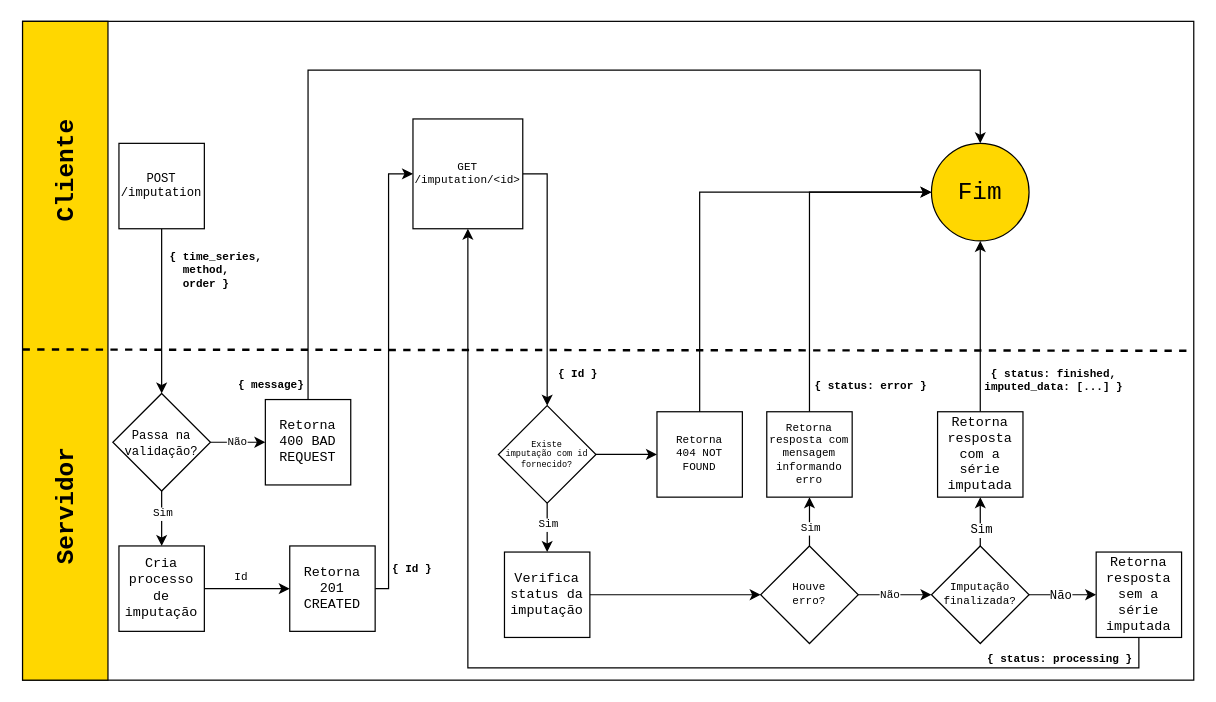
j-abreu/imputation-web-service keeps this draw.io diagram as images/Diagrama sem nome.drawio. Above is the earlier version. Source tidied: cells renumbered, new cells numbered last; positions are measured from the earlier drawing's top-left corner, leaving out a move shared by most shapes. Both pictures are drawn from the tidied source at 122%, with x=0, y=0 at pixel (-15, 21).
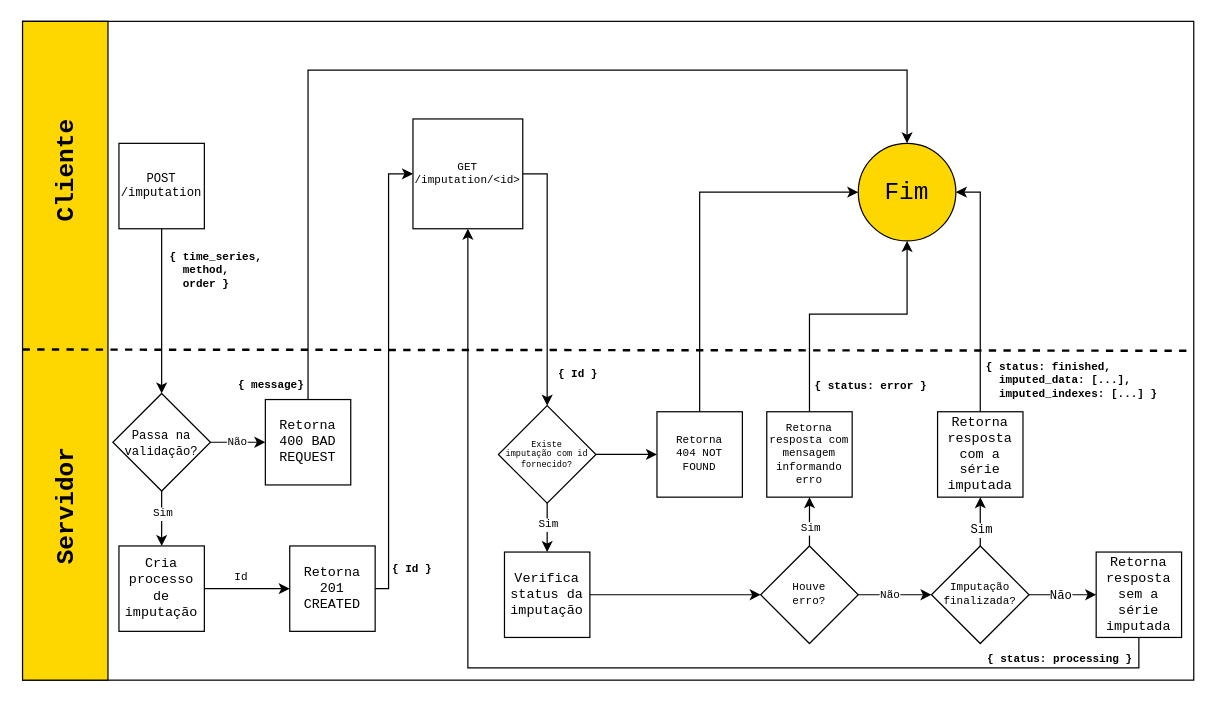
The same diagram, later.

The change refers to these unchanged cells:
```xml
<mxCell id="35" value="Retorna resposta com mensagem informando erro" style="whiteSpace=wrap;html=1;labelBackgroundColor=none;fontFamily=Courier New;fontSize=9;fillColor=default;" parent="1" vertex="1">
  <mxGeometry x="640" y="320" width="70" height="70" as="geometry" />
</mxCell>
<mxCell id="39" value="Retorna resposta com a série imputada" style="whiteSpace=wrap;html=1;labelBackgroundColor=none;fontFamily=Courier New;fontSize=11;fillColor=default;" parent="1" vertex="1">
  <mxGeometry x="780" y="320" width="70" height="70" as="geometry" />
</mxCell>
<mxCell id="41" value="Retorna 400 BAD REQUEST" style="whiteSpace=wrap;html=1;labelBackgroundColor=none;fontFamily=Courier New;fontSize=11;" parent="1" vertex="1">
  <mxGeometry x="229" y="310" width="70" height="70" as="geometry" />
</mxCell>
```

The edit, as a diff of the source:
```diff
@@
-    <mxCell id="34" style="edgeStyle=orthogonalEdgeStyle;rounded=0;jettySize=auto;html=1;entryX=0;entryY=0.5;entryDx=0;entryDy=0;fontFamily=Courier New;fontSize=20;exitX=0.5;exitY=0;exitDx=0;exitDy=0;" parent="1" edge="1" source="35" target="47">
+    <mxCell id="34" style="edgeStyle=orthogonalEdgeStyle;rounded=0;jettySize=auto;html=1;entryX=0.5;entryY=1;entryDx=0;entryDy=0;fontFamily=Courier New;fontSize=20;exitX=0.5;exitY=0;exitDx=0;exitDy=0;" parent="1" edge="1" source="35" target="47">
       <mxGeometry relative="1" as="geometry">
         <Array as="points">
-          <mxPoint x="675" y="140" />
+          <mxPoint x="675" y="240" />
+          <mxPoint x="755" y="240" />
         </Array>
       </mxGeometry>
     </mxCell>
@@
-    <mxCell id="38" style="edgeStyle=orthogonalEdgeStyle;rounded=0;jettySize=auto;html=1;entryX=0.5;entryY=1;entryDx=0;entryDy=0;strokeWidth=1;fontFamily=Courier New;fontSize=10;" parent="1" edge="1" source="39" target="47">
+    <mxCell id="38" style="edgeStyle=orthogonalEdgeStyle;rounded=0;jettySize=auto;html=1;entryX=1;entryY=0.5;entryDx=0;entryDy=0;strokeWidth=1;fontFamily=Courier New;fontSize=7;" parent="1" edge="1" source="39" target="47">
       <mxGeometry relative="1" as="geometry" />
     </mxCell>
@@
     <mxCell id="40" style="edgeStyle=orthogonalEdgeStyle;rounded=0;jettySize=auto;html=1;fontFamily=Courier New;fontSize=20;entryX=0.5;entryY=0;entryDx=0;entryDy=0;exitX=0.5;exitY=0;exitDx=0;exitDy=0;" parent="1" edge="1" source="41" target="47">
       <mxGeometry relative="1" as="geometry">
         <Array as="points">
           <mxPoint x="264" y="40" />
-          <mxPoint x="815" y="40" />
+          <mxPoint x="755" y="40" />
         </Array>
       </mxGeometry>
     </mxCell>
@@
-    <mxCell id="46" value="&lt;b&gt;{ status: finished,&lt;br&gt;imputed_data: [...] }&lt;/b&gt;" style="text;html=1;align=center;verticalAlign=middle;strokeColor=none;fillColor=none;fontSize=9;fontFamily=Courier New;spacing=0;" parent="1" vertex="1">
-      <mxGeometry x="810" y="280" width="130" height="30" as="geometry" />
+    <mxCell id="46" value="&lt;b&gt;{ status: finished,&lt;br&gt;&amp;nbsp; imputed_data: [...],&lt;br&gt;&amp;nbsp; imputed_indexes: [...] }&lt;/b&gt;" style="text;html=1;align=left;verticalAlign=middle;strokeColor=none;fillColor=none;fontSize=9;fontFamily=Courier New;spacing=0;" parent="1" vertex="1">
+      <mxGeometry x="820" y="275" width="160" height="40" as="geometry" />
     </mxCell>
     <mxCell id="47" value="Fim" style="ellipse;whiteSpace=wrap;html=1;labelBackgroundColor=none;fontFamily=Courier New;fontSize=20;fillColor=#FFD700;strokeColor=#000000;" parent="1" vertex="1">
-      <mxGeometry x="775" y="100" width="80" height="80" as="geometry" />
+      <mxGeometry x="715" y="100" width="80" height="80" as="geometry" />
     </mxCell>
```
